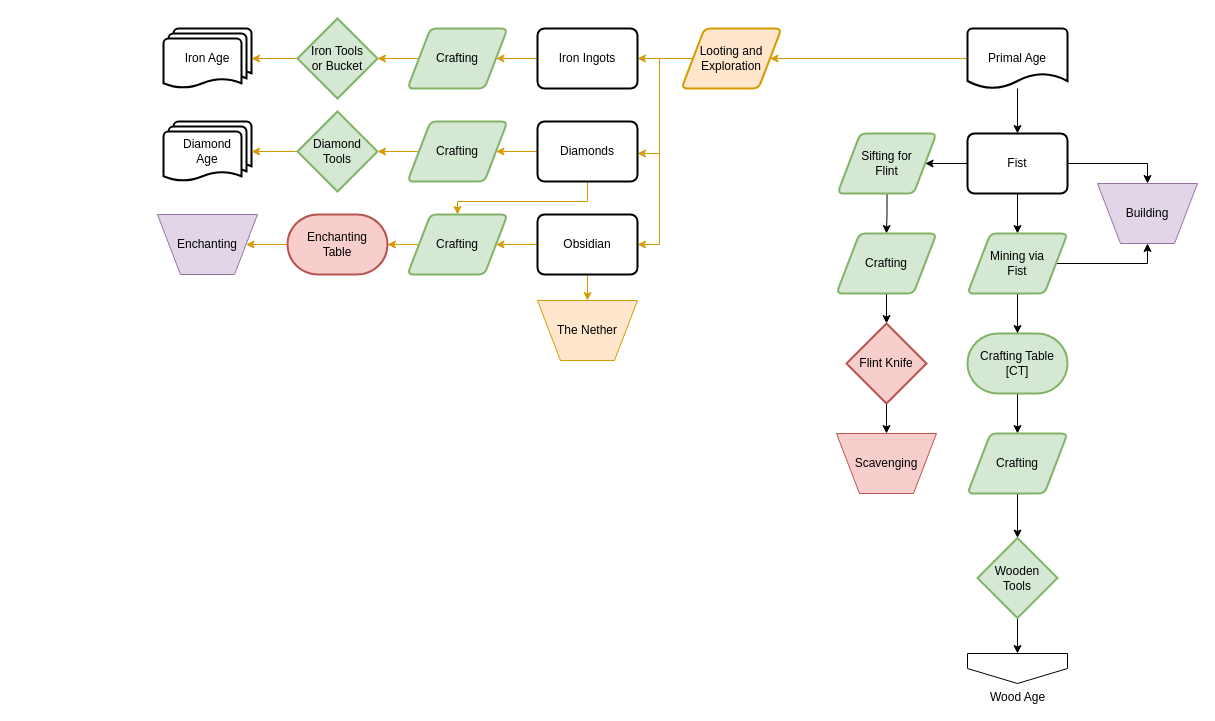
Before: page "Primal Age" (3 of 8) of flowcharts/progression.drawio in MeepishRealms/Cog, a draw.io diagram. Source tidied: cells renumbered, new cells numbered last; positions are measured from the earlier drawing's top-left corner, leaving out a move shared by most shapes. Both pictures are drawn from the tidied source at 100%, with x=0, y=0 at pixel (157, 18).
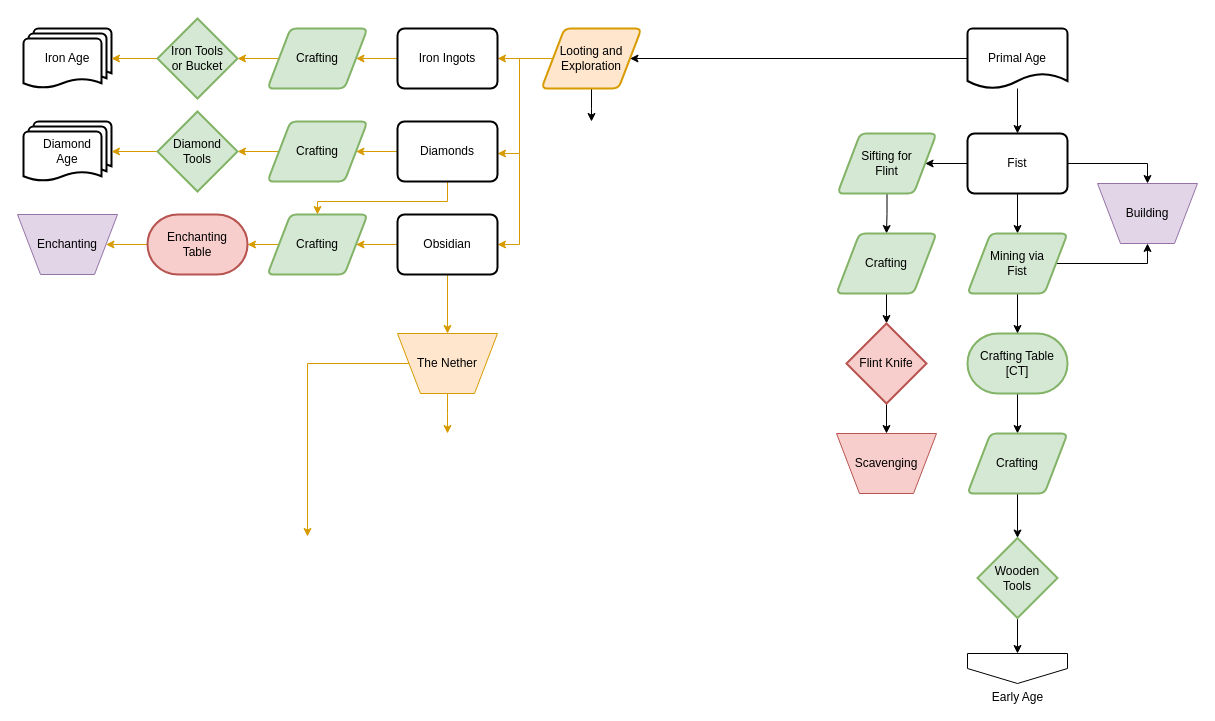
After the change.

Unchanged cells that the change refers to:
```xml
<mxCell id="8" value="Primal Age" style="strokeWidth=2;html=1;shape=mxgraph.flowchart.document2;whiteSpace=wrap;size=0.25;" parent="1" vertex="1">
  <mxGeometry x="810" y="10" width="100" height="60" as="geometry" />
</mxCell>
```

Diff of the diagram source:
```diff
@@
-    <mxCell id="7" style="edgeStyle=orthogonalEdgeStyle;rounded=0;jettySize=auto;html=1;exitX=0;exitY=0.5;exitDx=0;exitDy=0;exitPerimeter=0;fillColor=#ffe6cc;strokeColor=#d79b00;" parent="1" edge="1" source="8" target="30">
+    <mxCell id="7" style="edgeStyle=orthogonalEdgeStyle;rounded=0;jettySize=auto;html=1;exitX=0;exitY=0.5;exitDx=0;exitDy=0;exitPerimeter=0;" parent="1" edge="1" source="8" target="30">
       <mxGeometry relative="1" as="geometry" />
     </mxCell>
@@
-    <mxCell id="9" value="Wood Age" style="verticalLabelPosition=bottom;verticalAlign=top;html=1;shape=offPageConnector;rounded=0;size=0.5;" parent="1" vertex="1">
+    <mxCell id="9" value="Early Age" style="verticalLabelPosition=bottom;verticalAlign=top;html=1;shape=offPageConnector;rounded=0;size=0.5;" parent="1" vertex="1">
       <mxGeometry x="810" y="635" width="100" height="30" as="geometry" />
     </mxCell>
@@
     <mxCell id="28" style="edgeStyle=orthogonalEdgeStyle;rounded=0;jettySize=auto;html=1;exitX=0;exitY=0.5;exitDx=0;exitDy=0;fillColor=#ffe6cc;strokeColor=#d79b00;" parent="1" edge="1" target="38">
       <mxGeometry relative="1" as="geometry">
-        <mxPoint x="537.5" y="40" as="sourcePoint" />
+        <mxPoint x="397.5" y="40" as="sourcePoint" />
         <Array as="points">
-          <mxPoint x="502" y="40" />
-          <mxPoint x="502" y="135" />
+          <mxPoint x="362" y="40" />
+          <mxPoint x="362" y="135" />
         </Array>
       </mxGeometry>
     </mxCell>
@@
+    <mxCell id="55" style="edgeStyle=orthogonalEdgeStyle;rounded=0;jettySize=auto;html=1;" parent="1" edge="1" source="30">
+      <mxGeometry relative="1" as="geometry">
+        <mxPoint x="434" y="103" as="targetPoint" />
+      </mxGeometry>
+    </mxCell>
     <mxCell id="30" value="Looting and&lt;br&gt;Exploration" style="shape=parallelogram;html=1;strokeWidth=2;perimeter=parallelogramPerimeter;whiteSpace=wrap;rounded=1;arcSize=12;size=0.23;fillColor=#ffe6cc;strokeColor=#d79b00;" parent="1" vertex="1">
-      <mxGeometry x="524" y="10" width="100" height="60" as="geometry" />
+      <mxGeometry x="384" y="10" width="100" height="60" as="geometry" />
     </mxCell>
@@
     <mxCell id="32" value="Iron Ingots" style="rounded=1;whiteSpace=wrap;html=1;absoluteArcSize=1;arcSize=14;strokeWidth=2;" parent="1" vertex="1">
-      <mxGeometry x="380" y="10" width="100" height="60" as="geometry" />
+      <mxGeometry x="240" y="10" width="100" height="60" as="geometry" />
     </mxCell>
@@
     <mxCell id="34" value="Crafting" style="shape=parallelogram;html=1;strokeWidth=2;perimeter=parallelogramPerimeter;whiteSpace=wrap;rounded=1;arcSize=12;size=0.23;fillColor=#d5e8d4;strokeColor=#82b366;" parent="1" vertex="1">
-      <mxGeometry x="250" y="103" width="100" height="60" as="geometry" />
+      <mxGeometry x="110" y="103" width="100" height="60" as="geometry" />
     </mxCell>
     <mxCell id="35" value="Iron Age" style="strokeWidth=2;html=1;shape=mxgraph.flowchart.multi-document;whiteSpace=wrap;" parent="1" vertex="1">
-      <mxGeometry x="6" y="10" width="88" height="60" as="geometry" />
+      <mxGeometry x="-134" y="10" width="88" height="60" as="geometry" />
     </mxCell>
@@
     <mxCell id="37" style="edgeStyle=orthogonalEdgeStyle;rounded=0;jettySize=auto;html=1;exitX=0.5;exitY=1;exitDx=0;exitDy=0;fillColor=#ffe6cc;strokeColor=#d79b00;" parent="1" edge="1" source="38" target="45">
       <mxGeometry relative="1" as="geometry">
         <Array as="points">
-          <mxPoint x="430" y="183" />
-          <mxPoint x="300" y="183" />
+          <mxPoint x="290" y="183" />
+          <mxPoint x="160" y="183" />
         </Array>
       </mxGeometry>
     </mxCell>
     <mxCell id="38" value="Diamonds" style="rounded=1;whiteSpace=wrap;html=1;absoluteArcSize=1;arcSize=14;strokeWidth=2;" parent="1" vertex="1">
-      <mxGeometry x="380" y="103" width="100" height="60" as="geometry" />
+      <mxGeometry x="240" y="103" width="100" height="60" as="geometry" />
     </mxCell>
     <mxCell id="39" value="Diamond&lt;br&gt;Age" style="strokeWidth=2;html=1;shape=mxgraph.flowchart.multi-document;whiteSpace=wrap;" parent="1" vertex="1">
-      <mxGeometry x="6" y="103" width="88" height="60" as="geometry" />
+      <mxGeometry x="-134" y="103" width="88" height="60" as="geometry" />
     </mxCell>
@@
     <mxCell id="41" value="Iron Tools&lt;br&gt;or Bucket" style="strokeWidth=2;html=1;shape=mxgraph.flowchart.decision;whiteSpace=wrap;fillColor=#d5e8d4;strokeColor=#82b366;" parent="1" vertex="1">
-      <mxGeometry x="140" width="80" height="80" as="geometry" />
+      <mxGeometry width="80" height="80" as="geometry" />
     </mxCell>
@@
     <mxCell id="43" value="Diamond&lt;br&gt;Tools" style="strokeWidth=2;html=1;shape=mxgraph.flowchart.decision;whiteSpace=wrap;fillColor=#d5e8d4;strokeColor=#82b366;" parent="1" vertex="1">
-      <mxGeometry x="140" y="93" width="80" height="80" as="geometry" />
+      <mxGeometry y="93" width="80" height="80" as="geometry" />
     </mxCell>
@@
     <mxCell id="45" value="Crafting" style="shape=parallelogram;html=1;strokeWidth=2;perimeter=parallelogramPerimeter;whiteSpace=wrap;rounded=1;arcSize=12;size=0.23;fillColor=#d5e8d4;strokeColor=#82b366;" parent="1" vertex="1">
-      <mxGeometry x="250" y="196" width="100" height="60" as="geometry" />
+      <mxGeometry x="110" y="196" width="100" height="60" as="geometry" />
     </mxCell>
@@
     <mxCell id="47" value="Crafting" style="shape=parallelogram;html=1;strokeWidth=2;perimeter=parallelogramPerimeter;whiteSpace=wrap;rounded=1;arcSize=12;size=0.23;fillColor=#d5e8d4;strokeColor=#82b366;" parent="1" vertex="1">
-      <mxGeometry x="250" y="10" width="100" height="60" as="geometry" />
+      <mxGeometry x="110" y="10" width="100" height="60" as="geometry" />
     </mxCell>
@@
     <mxCell id="49" value="Enchanting&lt;br&gt;Table" style="strokeWidth=2;html=1;shape=mxgraph.flowchart.terminator;whiteSpace=wrap;fillColor=#f8cecc;strokeColor=#b85450;" parent="1" vertex="1">
-      <mxGeometry x="130" y="196" width="100" height="60" as="geometry" />
+      <mxGeometry x="-10" y="196" width="100" height="60" as="geometry" />
     </mxCell>
     <mxCell id="50" value="Enchanting" style="verticalLabelPosition=middle;verticalAlign=middle;html=1;shape=trapezoid;perimeter=trapezoidPerimeter;whiteSpace=wrap;size=0.23;arcSize=10;flipV=1;labelPosition=center;align=center;fillColor=#e1d5e7;strokeColor=#9673a6;" parent="1" vertex="1">
-      <mxGeometry y="196" width="100" height="60" as="geometry" />
+      <mxGeometry x="-140" y="196" width="100" height="60" as="geometry" />
     </mxCell>
@@
     <mxCell id="53" value="Obsidian" style="rounded=1;whiteSpace=wrap;html=1;absoluteArcSize=1;arcSize=14;strokeWidth=2;" parent="1" vertex="1">
-      <mxGeometry x="380" y="196" width="100" height="60" as="geometry" />
+      <mxGeometry x="240" y="196" width="100" height="60" as="geometry" />
     </mxCell>
+    <mxCell id="56" style="edgeStyle=orthogonalEdgeStyle;rounded=0;jettySize=auto;html=1;exitX=0.5;exitY=1;exitDx=0;exitDy=0;fillColor=#ffe6cc;strokeColor=#d79b00;" parent="1" edge="1" source="54">
+      <mxGeometry relative="1" as="geometry">
+        <mxPoint x="150" y="518" as="targetPoint" />
+        <Array as="points">
+          <mxPoint x="290" y="345" />
+          <mxPoint x="150" y="345" />
+        </Array>
+      </mxGeometry>
+    </mxCell>
+    <mxCell id="57" style="edgeStyle=orthogonalEdgeStyle;rounded=0;jettySize=auto;html=1;fillColor=#ffe6cc;strokeColor=#d79b00;" parent="1" edge="1" source="54">
+      <mxGeometry relative="1" as="geometry">
+        <mxPoint x="290" y="415" as="targetPoint" />
+      </mxGeometry>
+    </mxCell>
     <mxCell id="54" value="The Nether" style="verticalLabelPosition=middle;verticalAlign=middle;html=1;shape=trapezoid;perimeter=trapezoidPerimeter;whiteSpace=wrap;size=0.23;arcSize=10;flipV=1;labelPosition=center;align=center;fillColor=#ffe6cc;strokeColor=#d79b00;" parent="1" vertex="1">
-      <mxGeometry x="380" y="282" width="100" height="60" as="geometry" />
+      <mxGeometry x="240" y="315" width="100" height="60" as="geometry" />
     </mxCell>
+    <mxCell id="58" style="edgeStyle=orthogonalEdgeStyle;rounded=0;orthogonalLoop=1;jettySize=auto;html=1;fillColor=#ffe6cc;strokeColor=#d79b00;" parent="1" edge="1">
+      <mxGeometry relative="1" as="geometry">
+        <mxPoint x="48.5" y="548" as="sourcePoint" />
+      </mxGeometry>
+    </mxCell>
```
